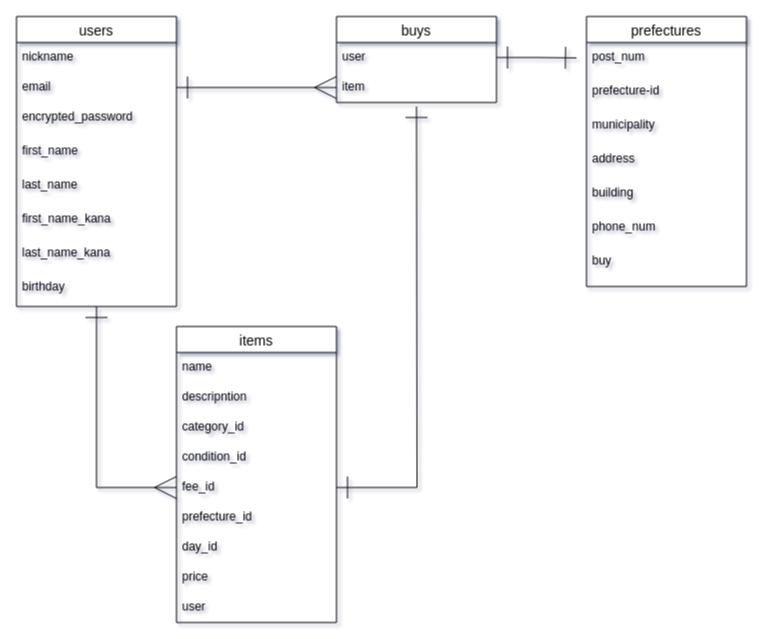
This is test.dio from yuka7110/furima-32839, a draw.io file, before an edit. Source tidied: cells renumbered, new cells numbered last; positions are measured from the earlier drawing's top-left corner, leaving out a move shared by most shapes. Both pictures are drawn from the tidied source at 100%, with x=0, y=0 at pixel (16, 16).
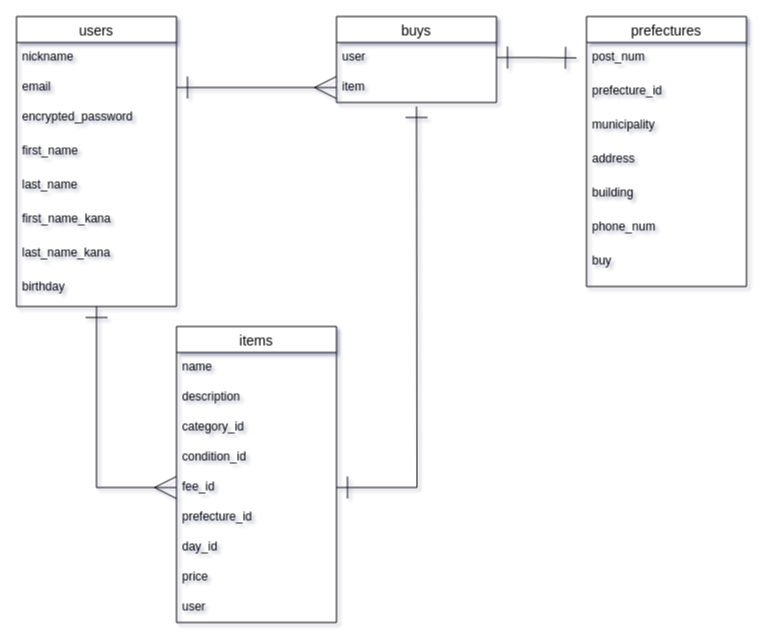
The same diagram, later.

Commit message (it also covers changes not shown here):
ER図とREADMEの修正6

The change refers to these unchanged cells:
```xml
<mxCell id="2" value="items" style="swimlane;fontStyle=0;horizontal=1;startSize=26;align=center;fontSize=14;" parent="1" vertex="1">
  <mxGeometry x="160" y="310" width="160" height="296" as="geometry" />
</mxCell>
<mxCell id="22" value="prefectures" style="swimlane;fontStyle=0;horizontal=1;startSize=26;align=center;fontSize=14;" parent="1" vertex="1">
  <mxGeometry x="570" width="160" height="270" as="geometry" />
</mxCell>
```

Change to the diagram source:
```diff
@@
-    <mxCell id="4" value="descripntion&#10;" style="text;strokeColor=none;fillColor=none;spacingLeft=4;spacingRight=4;overflow=hidden;fontSize=12;" parent="2" vertex="1">
+    <mxCell id="4" value="description" style="text;strokeColor=none;fillColor=none;spacingLeft=4;spacingRight=4;overflow=hidden;fontSize=12;" parent="2" vertex="1">
       <mxGeometry y="56" width="160" height="30" as="geometry" />
     </mxCell>
@@
-    <mxCell id="24" value="prefecture-id" style="text;strokeColor=none;fillColor=none;spacingLeft=4;spacingRight=4;overflow=hidden;fontSize=12;" parent="22" vertex="1">
+    <mxCell id="24" value="prefecture_id" style="text;strokeColor=none;fillColor=none;spacingLeft=4;spacingRight=4;overflow=hidden;fontSize=12;" parent="22" vertex="1">
       <mxGeometry y="60" width="160" height="34" as="geometry" />
     </mxCell>
```
